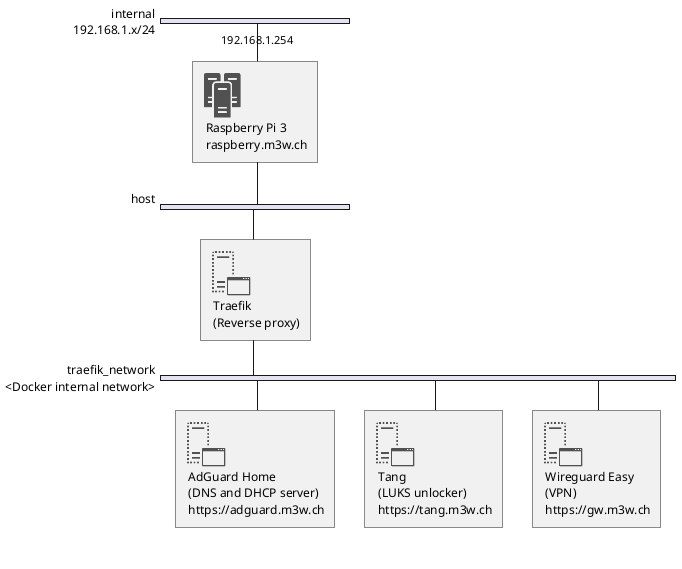
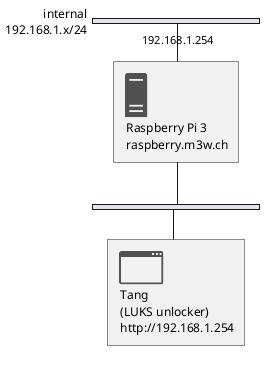
@startnwdiag raspberry-pi-diagram
- !include <office/Devices/router>
- !include <office/Servers/cluster_server>
- !include <office/Servers/application_server>
- !include <office/Servers/virtual_application_server>
+ !include <office/Concepts/application_generic>
+ !include <office/Servers/server_generic>

nwdiag {
  network internal {
      address = "192.168.1.x/24"

-       raspberry_pi [address = "192.168.1.254"];
+       raspberry_pi [address = "192.168.1.254"]
  }

-   raspberry_pi [description = "<$cluster_server>\n Raspberry Pi 3\n raspberry.m3w.ch"]
+   raspberry_pi [description = "<$server_generic>\n Raspberry Pi 3\n raspberry.m3w.ch"]

-   network host {
+   network {
    raspberry_pi

-     traefik
+     tang
  }

-   adguard_home [description = "<$virtual_application_server>\n AdGuard Home\n (DNS and DHCP server)\n https://adguard.m3w.ch"]
-   traefik [description = "<$virtual_application_server>\n Traefik\n (Reverse proxy)"];
- 
-   network traefik_network {
-     address = "<Docker internal network>"
- 
-     adguard_home
-     tang
-     traefik
-     wg_easy
-   }
- 
-   tang [description = "<$virtual_application_server>\n Tang\n (LUKS unlocker)\n https://tang.m3w.ch"]
-   wg_easy [description = "<$virtual_application_server>\n Wireguard Easy\n (VPN)\n https://gw.m3w.ch"]
+   tang [description = "<$application_generic>\n Tang\n (LUKS unlocker)\n http://192.168.1.254"]
}
@endnwdiag
